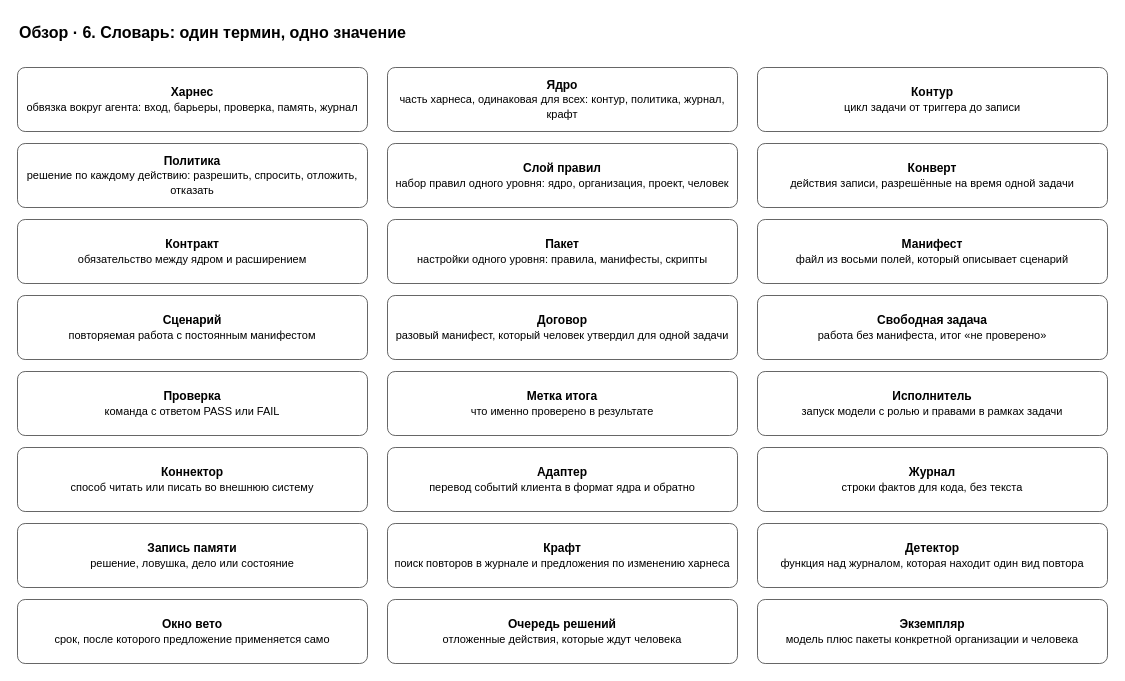
Before: page "6. Словарь" (6 of 7) of docs/spec/harness-overview.drawio in roygkov/reins, a draw.io diagram. Source tidied: cells renumbered, new cells numbered last; positions are measured from the earlier drawing's top-left corner, leaving out a move shared by most shapes. Both pictures are drawn from the tidied source at 100%, with x=0, y=0 at pixel (17, 17).
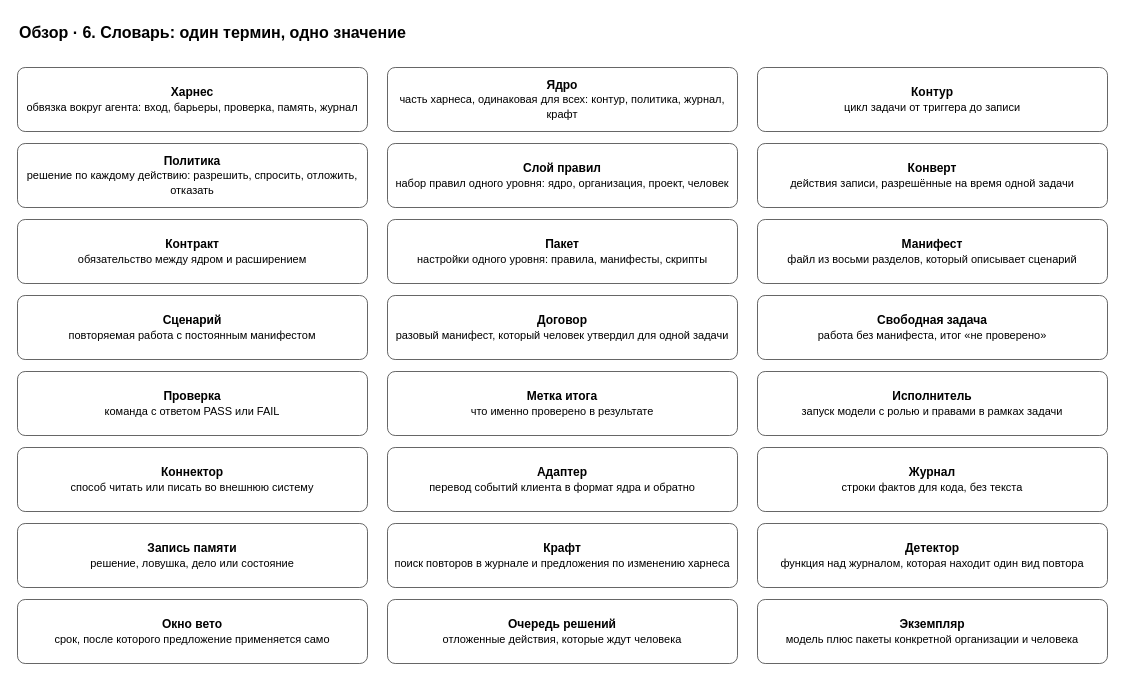
The same page after the edit.

Diff of the diagram source:
```diff
@@
-    <mxCell id="11" value="&lt;b&gt;Манифест&lt;/b&gt;&lt;br&gt;&lt;font style=&quot;font-size:11px&quot;&gt;файл из восьми полей, который описывает сценарий&lt;/font&gt;" style="rounded=1;whiteSpace=wrap;html=1;fillColor=#ffffff;strokeColor=#666666;arcSize=12;" parent="1" vertex="1">
+    <mxCell id="11" value="&lt;b&gt;Манифест&lt;/b&gt;&lt;br&gt;&lt;font style=&quot;font-size:11px&quot;&gt;файл из восьми разделов, который описывает сценарий&lt;/font&gt;" style="rounded=1;whiteSpace=wrap;html=1;fillColor=#ffffff;strokeColor=#666666;arcSize=12;" parent="1" vertex="1">
       <mxGeometry x="740" y="202" width="350" height="64" as="geometry" />
     </mxCell>
```
